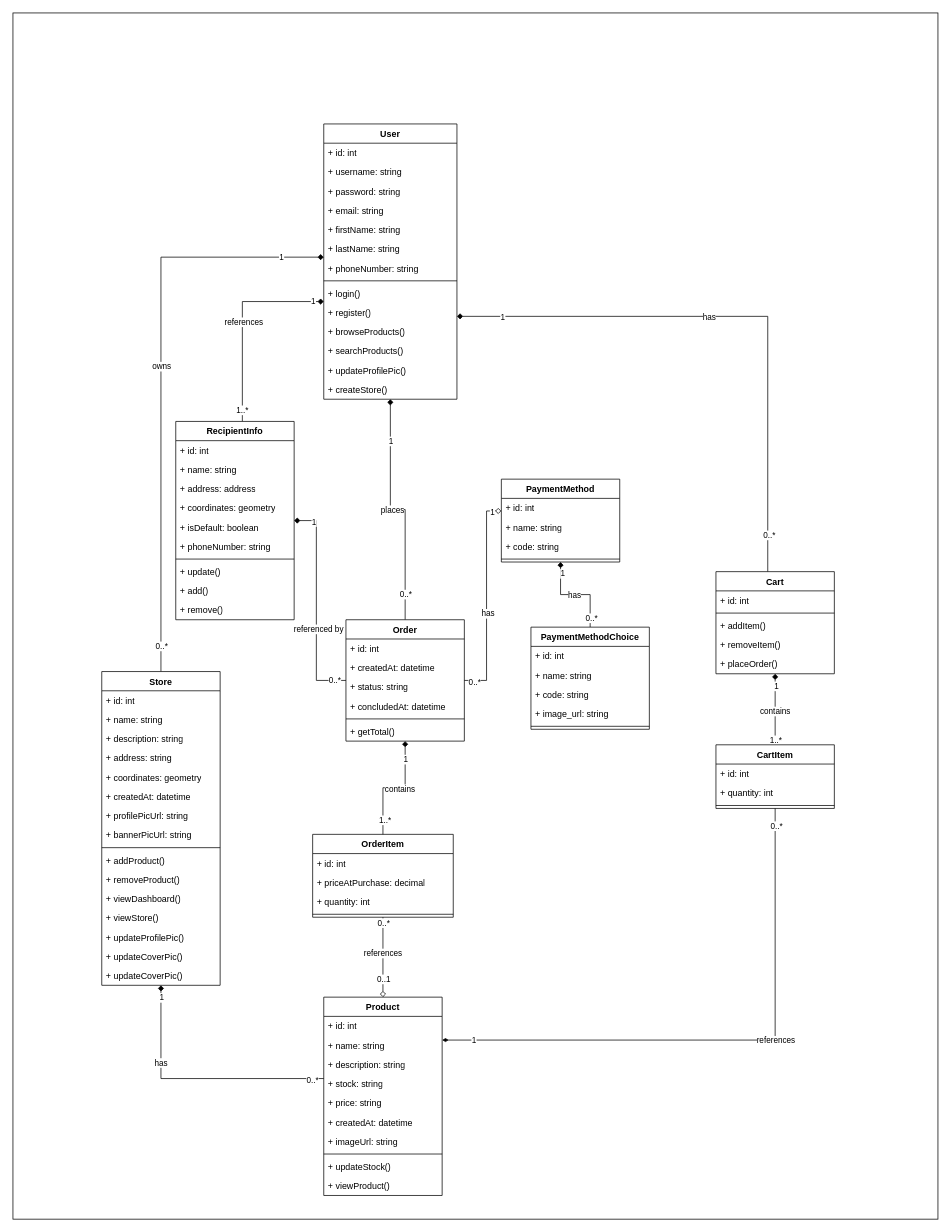
This is page "Class Diagram (General INC)" (1 of 4) of E-Commerce API Use-case diagram.drawio from RHILIUS/drawio, a draw.io file, before an edit. Source tidied: cells renumbered, new cells numbered last; positions are measured from the earlier drawing's top-left corner, leaving out a move shared by most shapes. Both pictures are drawn from the tidied source at 74%, with x=0, y=0 at pixel (13, 13).
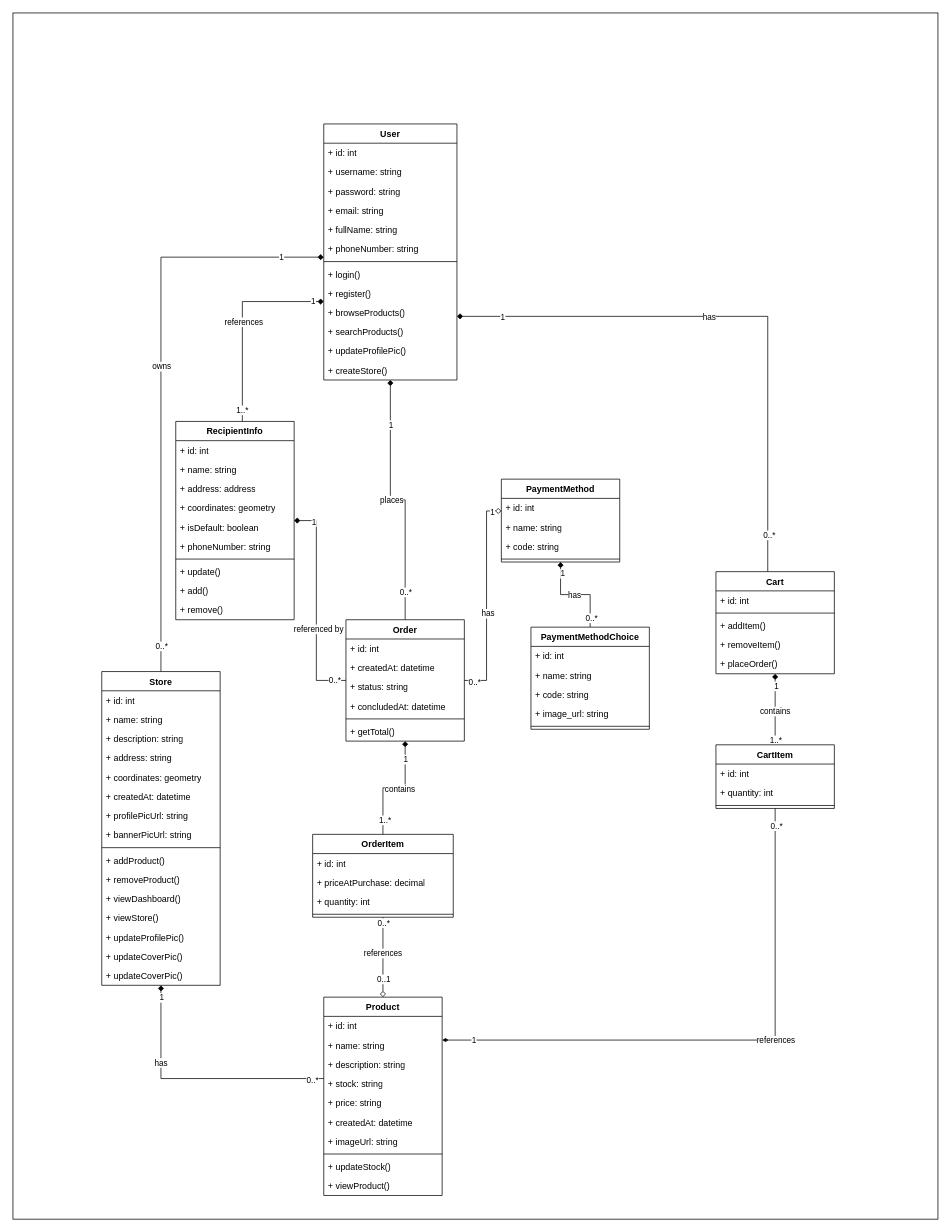
The same page after the edit.

Commit message:
fix: combined firstName and lastName into one single field in User entity called fullName in the General Page

The edit, as a diff of the source:
```diff
@@
     <mxCell id="3" value="User" style="swimlane;fontStyle=1;align=center;verticalAlign=top;horizontal=1;startSize=26;whiteSpace=wrap;html=1;" parent="1" vertex="1">
-      <mxGeometry x="420" y="150" width="180" height="372" as="geometry" />
+      <mxGeometry x="420" y="150" width="180" height="346" as="geometry" />
     </mxCell>
@@
-    <mxCell id="8" value="+ firstName: string" style="text;strokeColor=none;fillColor=none;align=left;verticalAlign=top;spacingLeft=4;spacingRight=4;overflow=hidden;whiteSpace=wrap;html=1;" parent="3" vertex="1">
+    <mxCell id="8" value="+ fullName: string" style="text;strokeColor=none;fillColor=none;align=left;verticalAlign=top;spacingLeft=4;spacingRight=4;overflow=hidden;whiteSpace=wrap;html=1;" parent="3" vertex="1">
       <mxGeometry y="130" width="180" height="26" as="geometry" />
     </mxCell>
-    <mxCell id="9" value="+ lastName: string" style="text;strokeColor=none;fillColor=none;align=left;verticalAlign=top;spacingLeft=4;spacingRight=4;overflow=hidden;whiteSpace=wrap;html=1;" parent="3" vertex="1">
-      <mxGeometry y="156" width="180" height="26" as="geometry" />
-    </mxCell>
     <mxCell id="10" value="+ phoneNumber: string" style="text;strokeColor=none;fillColor=none;align=left;verticalAlign=top;spacingLeft=4;spacingRight=4;overflow=hidden;whiteSpace=wrap;html=1;" parent="3" vertex="1">
-      <mxGeometry y="182" width="180" height="26" as="geometry" />
+      <mxGeometry y="156" width="180" height="26" as="geometry" />
     </mxCell>
     <mxCell id="11" style="line;strokeWidth=1;fillColor=none;align=left;verticalAlign=middle;spacingTop=-1;spacingLeft=3;spacingRight=3;labelPosition=right;strokeColor=inherit;" parent="3" vertex="1">
-      <mxGeometry y="208" width="180" height="8" as="geometry" />
+      <mxGeometry y="182" width="180" height="8" as="geometry" />
     </mxCell>
     <mxCell id="12" value="+ login()" style="text;strokeColor=none;fillColor=none;align=left;verticalAlign=top;spacingLeft=4;spacingRight=4;overflow=hidden;whiteSpace=wrap;html=1;" parent="3" vertex="1">
-      <mxGeometry y="216" width="180" height="26" as="geometry" />
+      <mxGeometry y="190" width="180" height="26" as="geometry" />
     </mxCell>
     <mxCell id="13" value="+ register()" style="text;strokeColor=none;fillColor=none;align=left;verticalAlign=top;spacingLeft=4;spacingRight=4;overflow=hidden;whiteSpace=wrap;html=1;" parent="3" vertex="1">
-      <mxGeometry y="242" width="180" height="26" as="geometry" />
+      <mxGeometry y="216" width="180" height="26" as="geometry" />
     </mxCell>
     <mxCell id="14" value="+ browseProducts()" style="text;strokeColor=none;fillColor=none;align=left;verticalAlign=top;spacingLeft=4;spacingRight=4;overflow=hidden;whiteSpace=wrap;html=1;" parent="3" vertex="1">
-      <mxGeometry y="268" width="180" height="26" as="geometry" />
+      <mxGeometry y="242" width="180" height="26" as="geometry" />
     </mxCell>
     <mxCell id="15" value="+ searchProducts()" style="text;strokeColor=none;fillColor=none;align=left;verticalAlign=top;spacingLeft=4;spacingRight=4;overflow=hidden;whiteSpace=wrap;html=1;" parent="3" vertex="1">
-      <mxGeometry y="294" width="180" height="26" as="geometry" />
+      <mxGeometry y="268" width="180" height="26" as="geometry" />
     </mxCell>
     <mxCell id="16" value="+ updateProfilePic()" style="text;strokeColor=none;fillColor=none;align=left;verticalAlign=top;spacingLeft=4;spacingRight=4;overflow=hidden;whiteSpace=wrap;html=1;" parent="3" vertex="1">
-      <mxGeometry y="320" width="180" height="26" as="geometry" />
+      <mxGeometry y="294" width="180" height="26" as="geometry" />
     </mxCell>
     <mxCell id="17" value="+ createStore()" style="text;strokeColor=none;fillColor=none;align=left;verticalAlign=top;spacingLeft=4;spacingRight=4;overflow=hidden;whiteSpace=wrap;html=1;" parent="3" vertex="1">
-      <mxGeometry y="346" width="180" height="26" as="geometry" />
+      <mxGeometry y="320" width="180" height="26" as="geometry" />
     </mxCell>
```
